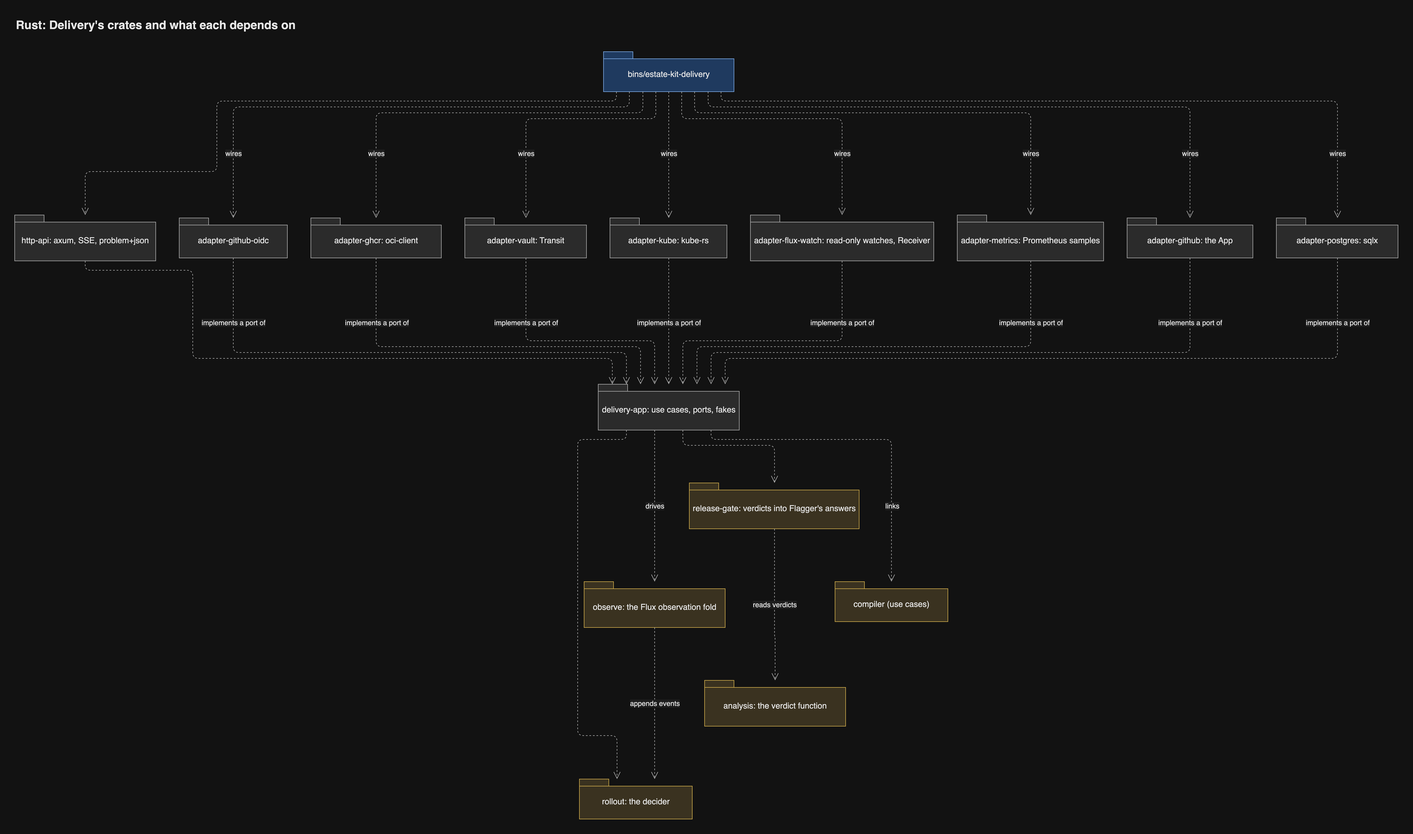
The draw.io diagram docs/diagrams/png/rust-delivery-crates.png in JorisJonkers-dev/estate-kit, before a commit. Source tidied: cells renumbered, new cells last; positions are measured from the earlier drawing's top-left corner, leaving out a move shared by most shapes.
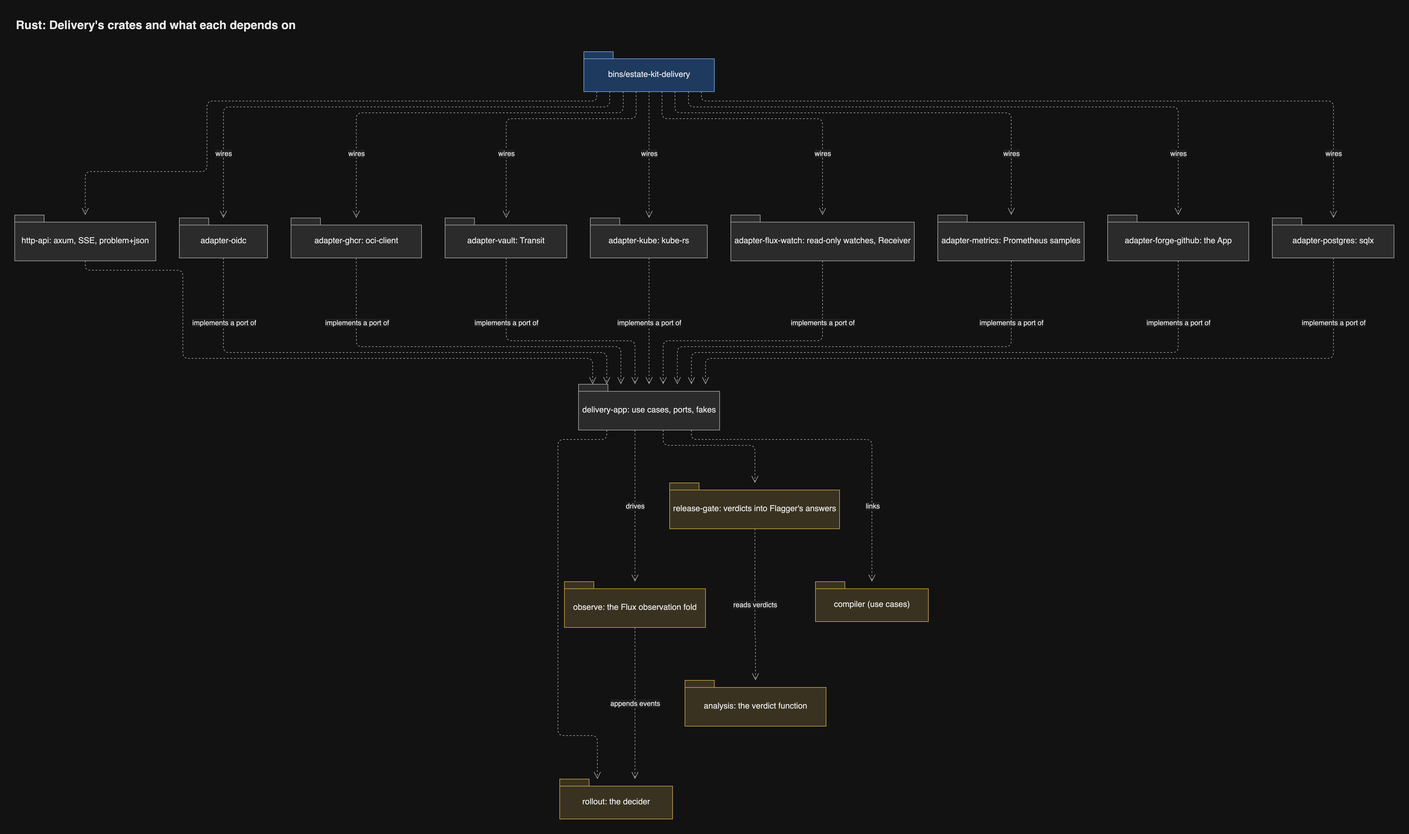
The same diagram one commit later.

Diff of the diagram source:
```diff
@@ -6,7 +6,7 @@
       <mxGeometry x="1002" y="64" width="222" height="68" as="geometry" />
     </mxCell>
     <mxCell id="3" value="http-api: axum, SSE, problem+json" style="shape=folder;tabWidth=50;tabHeight=12;tabPosition=left;spacingTop=8;html=1;whiteSpace=wrap;fontSize=14;fontColor=light-dark(#1a1a1a,#e8e8e8);fillColor=light-dark(#f5f5f5,#2b2b2b);strokeColor=light-dark(#666666,#a8a8a8);fontFamily=Helvetica;" parent="1" vertex="1">
-      <mxGeometry y="342" width="240" height="78" as="geometry" />
+      <mxGeometry x="34" y="342" width="240" height="78" as="geometry" />
     </mxCell>
     <mxCell id="4" value="delivery-app: use cases, ports, fakes" style="shape=folder;tabWidth=50;tabHeight=12;tabPosition=left;spacingTop=8;html=1;whiteSpace=wrap;fontSize=14;fontColor=light-dark(#1a1a1a,#e8e8e8);fillColor=light-dark(#f5f5f5,#2b2b2b);strokeColor=light-dark(#666666,#a8a8a8);fontFamily=Helvetica;" parent="1" vertex="1">
       <mxGeometry x="993" y="630" width="240" height="78" as="geometry" />
@@ -26,8 +26,8 @@
     <mxCell id="9" value="compiler (use cases)" style="shape=folder;tabWidth=50;tabHeight=12;tabPosition=left;spacingTop=8;html=1;whiteSpace=wrap;fontSize=14;fontColor=light-dark(#1a1a1a,#e8e8e8);fillColor=light-dark(#fff2cc,#3a3220);strokeColor=light-dark(#d6b656,#c9a74a);fontFamily=Helvetica;" parent="1" vertex="1">
       <mxGeometry x="1396" y="966" width="192" height="68" as="geometry" />
     </mxCell>
-    <mxCell id="10" value="adapter-github-oidc" style="shape=folder;tabWidth=50;tabHeight=12;tabPosition=left;spacingTop=8;html=1;whiteSpace=wrap;fontSize=14;fontColor=light-dark(#1a1a1a,#e8e8e8);fillColor=light-dark(#f5f5f5,#2b2b2b);strokeColor=light-dark(#666666,#a8a8a8);fontFamily=Helvetica;" parent="1" vertex="1">
-      <mxGeometry x="280" y="347" width="184" height="68" as="geometry" />
+    <mxCell id="10" value="adapter-oidc" style="shape=folder;tabWidth=50;tabHeight=12;tabPosition=left;spacingTop=8;html=1;whiteSpace=wrap;fontSize=14;fontColor=light-dark(#1a1a1a,#e8e8e8);fillColor=light-dark(#f5f5f5,#2b2b2b);strokeColor=light-dark(#666666,#a8a8a8);fontFamily=Helvetica;" parent="1" vertex="1">
+      <mxGeometry x="314" y="347" width="150" height="68" as="geometry" />
     </mxCell>
     <mxCell id="11" value="adapter-ghcr: oci-client" style="shape=folder;tabWidth=50;tabHeight=12;tabPosition=left;spacingTop=8;html=1;whiteSpace=wrap;fontSize=14;fontColor=light-dark(#1a1a1a,#e8e8e8);fillColor=light-dark(#f5f5f5,#2b2b2b);strokeColor=light-dark(#666666,#a8a8a8);fontFamily=Helvetica;" parent="1" vertex="1">
       <mxGeometry x="504" y="347" width="222" height="68" as="geometry" />
@@ -44,28 +44,28 @@
     <mxCell id="15" value="adapter-metrics: Prometheus samples" style="shape=folder;tabWidth=50;tabHeight=12;tabPosition=left;spacingTop=8;html=1;whiteSpace=wrap;fontSize=14;fontColor=light-dark(#1a1a1a,#e8e8e8);fillColor=light-dark(#f5f5f5,#2b2b2b);strokeColor=light-dark(#666666,#a8a8a8);fontFamily=Helvetica;" parent="1" vertex="1">
       <mxGeometry x="1604" y="342" width="249" height="78" as="geometry" />
     </mxCell>
-    <mxCell id="16" value="adapter-github: the App" style="shape=folder;tabWidth=50;tabHeight=12;tabPosition=left;spacingTop=8;html=1;whiteSpace=wrap;fontSize=14;fontColor=light-dark(#1a1a1a,#e8e8e8);fillColor=light-dark(#f5f5f5,#2b2b2b);strokeColor=light-dark(#666666,#a8a8a8);fontFamily=Helvetica;" parent="1" vertex="1">
-      <mxGeometry x="1893" y="347" width="214" height="68" as="geometry" />
+    <mxCell id="16" value="adapter-forge-github: the App" style="shape=folder;tabWidth=50;tabHeight=12;tabPosition=left;spacingTop=8;html=1;whiteSpace=wrap;fontSize=14;fontColor=light-dark(#1a1a1a,#e8e8e8);fillColor=light-dark(#f5f5f5,#2b2b2b);strokeColor=light-dark(#666666,#a8a8a8);fontFamily=Helvetica;" parent="1" vertex="1">
+      <mxGeometry x="1893" y="342" width="240" height="78" as="geometry" />
     </mxCell>
     <mxCell id="17" value="adapter-postgres: sqlx" style="shape=folder;tabWidth=50;tabHeight=12;tabPosition=left;spacingTop=8;html=1;whiteSpace=wrap;fontSize=14;fontColor=light-dark(#1a1a1a,#e8e8e8);fillColor=light-dark(#f5f5f5,#2b2b2b);strokeColor=light-dark(#666666,#a8a8a8);fontFamily=Helvetica;" parent="1" vertex="1">
-      <mxGeometry x="2147" y="347" width="207" height="68" as="geometry" />
+      <mxGeometry x="2173" y="347" width="207" height="68" as="geometry" />
     </mxCell>
     <mxCell id="18" style="html=1;rounded=1;fontSize=14;fontSize=12;fontColor=light-dark(#1a1a1a,#e8e8e8);strokeColor=light-dark(#666666,#a8a8a8);endArrow=open;endSize=10;dashed=1;curved=0;exitX=0.0991;exitY=1;entryX=0.5;entryY=0;edgeStyle=orthogonalEdgeStyle;fontFamily=Helvetica;labelBackgroundColor=light-dark(#ffffff,#1e1e1e);" parent="1" edge="1" source="2" target="3">
       <mxGeometry relative="1" as="geometry">
         <Array as="points">
           <mxPoint x="1024" y="148" />
-          <mxPoint x="344" y="148" />
-          <mxPoint x="344" y="268" />
-          <mxPoint x="120" y="268" />
+          <mxPoint x="361" y="148" />
+          <mxPoint x="361" y="268" />
+          <mxPoint x="154" y="268" />
         </Array>
       </mxGeometry>
     </mxCell>
     <mxCell id="19" style="html=1;rounded=1;fontSize=14;fontSize=12;fontColor=light-dark(#1a1a1a,#e8e8e8);strokeColor=light-dark(#666666,#a8a8a8);endArrow=open;endSize=10;dashed=1;curved=0;exitX=0.5;exitY=1;entryX=0.1;entryY=0;edgeStyle=orthogonalEdgeStyle;fontFamily=Helvetica;labelBackgroundColor=light-dark(#ffffff,#1e1e1e);" parent="1" edge="1" source="3" target="4">
       <mxGeometry relative="1" as="geometry">
         <Array as="points">
-          <mxPoint x="120" y="436" />
-          <mxPoint x="303" y="436" />
-          <mxPoint x="303" y="586" />
+          <mxPoint x="154" y="436" />
+          <mxPoint x="320" y="436" />
+          <mxPoint x="320" y="586" />
           <mxPoint x="1017" y="586" />
         </Array>
       </mxGeometry>
@@ -124,18 +124,18 @@
       <mxGeometry relative="1" as="geometry">
         <Array as="points">
           <mxPoint x="1046" y="158" />
-          <mxPoint x="372" y="158" />
+          <mxPoint x="389" y="158" />
         </Array>
-        <mxPoint x="-255.5" y="79" as="offset" />
+        <mxPoint x="-247" y="79" as="offset" />
       </mxGeometry>
     </mxCell>
     <mxCell id="27" value="implements a port of" style="html=1;rounded=1;fontSize=14;fontSize=12;fontColor=light-dark(#1a1a1a,#e8e8e8);strokeColor=light-dark(#666666,#a8a8a8);endArrow=open;endSize=10;dashed=1;curved=0;exitX=0.5;exitY=1;entryX=0.2;entryY=0;edgeStyle=orthogonalEdgeStyle;fontFamily=Helvetica;labelBackgroundColor=light-dark(#ffffff,#1e1e1e);" parent="1" edge="1" source="10" target="4">
       <mxGeometry relative="1" as="geometry">
         <Array as="points">
-          <mxPoint x="372" y="576" />
+          <mxPoint x="389" y="576" />
           <mxPoint x="1041" y="576" />
         </Array>
-        <mxPoint x="-281" y="-51" as="offset" />
+        <mxPoint x="-272.5" y="-51" as="offset" />
       </mxGeometry>
     </mxCell>
     <mxCell id="28" value="wires" style="html=1;rounded=1;fontSize=14;fontSize=12;fontColor=light-dark(#1a1a1a,#e8e8e8);strokeColor=light-dark(#666666,#a8a8a8);endArrow=open;endSize=10;dashed=1;curved=0;exitX=0.3018;exitY=1;entryX=0.5;entryY=0;edgeStyle=orthogonalEdgeStyle;fontFamily=Helvetica;labelBackgroundColor=light-dark(#ffffff,#1e1e1e);" parent="1" edge="1" source="2" target="11">
@@ -230,40 +230,40 @@
       <mxGeometry relative="1" as="geometry">
         <Array as="points">
           <mxPoint x="1180" y="158" />
-          <mxPoint x="2000" y="158" />
+          <mxPoint x="2013" y="158" />
         </Array>
-        <mxPoint x="328.5" y="79" as="offset" />
+        <mxPoint x="337.5" y="79" as="offset" />
       </mxGeometry>
     </mxCell>
     <mxCell id="39" value="implements a port of" style="html=1;rounded=1;fontSize=14;fontSize=12;fontColor=light-dark(#1a1a1a,#e8e8e8);strokeColor=light-dark(#666666,#a8a8a8);endArrow=open;endSize=10;dashed=1;curved=0;exitX=0.5;exitY=1;entryX=0.8;entryY=0;edgeStyle=orthogonalEdgeStyle;fontFamily=Helvetica;labelBackgroundColor=light-dark(#ffffff,#1e1e1e);" parent="1" edge="1" source="16" target="4">
       <mxGeometry relative="1" as="geometry">
         <Array as="points">
-          <mxPoint x="2000" y="576" />
+          <mxPoint x="2013" y="576" />
           <mxPoint x="1185" y="576" />
         </Array>
-        <mxPoint x="354" y="-51" as="offset" />
+        <mxPoint x="363" y="-51" as="offset" />
       </mxGeometry>
     </mxCell>
     <mxCell id="40" value="wires" style="html=1;rounded=1;fontSize=14;fontSize=12;fontColor=light-dark(#1a1a1a,#e8e8e8);strokeColor=light-dark(#666666,#a8a8a8);endArrow=open;endSize=10;dashed=1;curved=0;exitX=0.9009;exitY=1;entryX=0.5024;entryY=0;edgeStyle=orthogonalEdgeStyle;fontFamily=Helvetica;labelBackgroundColor=light-dark(#ffffff,#1e1e1e);" parent="1" edge="1" source="2" target="17">
       <mxGeometry relative="1" as="geometry">
         <Array as="points">
           <mxPoint x="1202" y="148" />
-          <mxPoint x="2251" y="148" />
+          <mxPoint x="2277" y="148" />
         </Array>
-        <mxPoint x="433" y="89" as="offset" />
+        <mxPoint x="446" y="89" as="offset" />
       </mxGeometry>
     </mxCell>
     <mxCell id="41" value="implements a port of" style="html=1;rounded=1;fontSize=14;fontSize=12;fontColor=light-dark(#1a1a1a,#e8e8e8);strokeColor=light-dark(#666666,#a8a8a8);endArrow=open;endSize=10;dashed=1;curved=0;exitX=0.5024;exitY=1;entryX=0.9;entryY=0;edgeStyle=orthogonalEdgeStyle;fontFamily=Helvetica;labelBackgroundColor=light-dark(#ffffff,#1e1e1e);" parent="1" edge="1" source="17" target="4">
       <mxGeometry relative="1" as="geometry">
         <Array as="points">
-          <mxPoint x="2251" y="586" />
+          <mxPoint x="2277" y="586" />
           <mxPoint x="1209" y="586" />
         </Array>
-        <mxPoint x="457.5" y="-61" as="offset" />
+        <mxPoint x="470.5" y="-61" as="offset" />
       </mxGeometry>
     </mxCell>
     <mxCell id="42" value="Rust: Delivery's crates and what each depends on" style="text;html=1;whiteSpace=wrap;align=left;verticalAlign=middle;fontSize=20;fontStyle=1;fontColor=light-dark(#1a1a1a,#e8e8e8);fontFamily=Helvetica;" parent="1" vertex="1">
-      <mxGeometry width="2354" height="36" as="geometry" />
+      <mxGeometry x="34" width="2346" height="36" as="geometry" />
     </mxCell>
   </root>
 </mxGraphModel>
```
